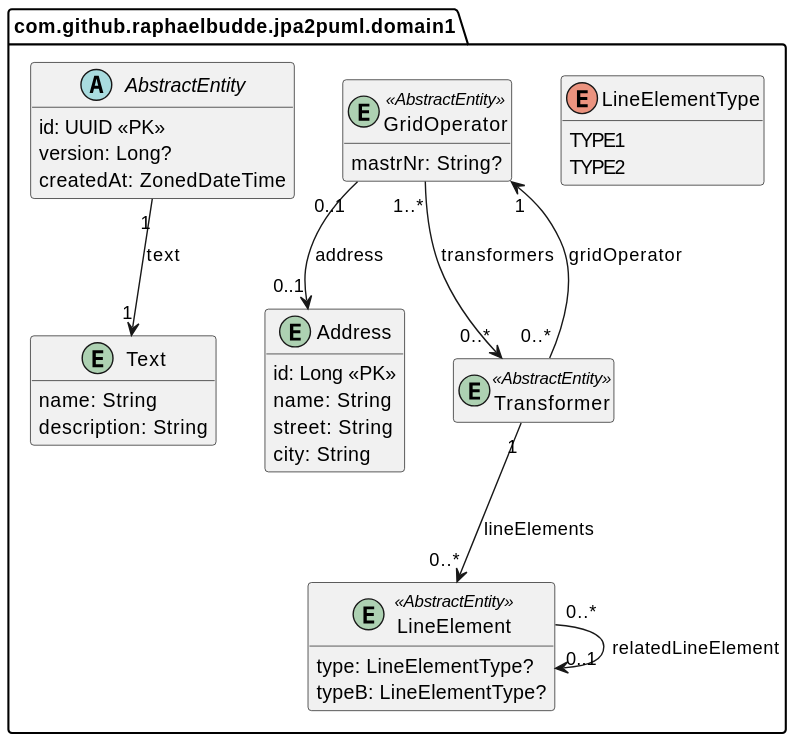
Before: images/domain1.svg, a diagram exported from PlantUML (raphaelbudde/jpa2puml). The source it was exported from:
```plantuml
@startuml

!pragma useIntermediatePackages false
hide methods
hide empty fields
skinparam groupInheritance 2

abstract com.github.raphaelbudde.jpa2puml.domain1.AbstractEntity {
  id: UUID <<PK>>
  version: Long?
  createdAt: ZonedDateTime
}

entity com.github.raphaelbudde.jpa2puml.domain1.Address {
  id: Long <<PK>>
  name: String
  street: String
  city: String
}

entity com.github.raphaelbudde.jpa2puml.domain1.GridOperator <<AbstractEntity>> {
  mastrNr: String?
}

entity com.github.raphaelbudde.jpa2puml.domain1.LineElement <<AbstractEntity>> {
  type: LineElementType?
  typeB: LineElementType?
}

entity com.github.raphaelbudde.jpa2puml.domain1.Text {
  name: String
  description: String
}

entity com.github.raphaelbudde.jpa2puml.domain1.Transformer <<AbstractEntity>> {

}

enum com.github.raphaelbudde.jpa2puml.domain1.LineElementType {
  TYPE1
  TYPE2
}

com.github.raphaelbudde.jpa2puml.domain1.AbstractEntity "1" --> "1" com.github.raphaelbudde.jpa2puml.domain1.Text : text
com.github.raphaelbudde.jpa2puml.domain1.GridOperator "0..1" --> "0..1" com.github.raphaelbudde.jpa2puml.domain1.Address : address
com.github.raphaelbudde.jpa2puml.domain1.GridOperator "1..*" --> "0..*" com.github.raphaelbudde.jpa2puml.domain1.Transformer : transformers
com.github.raphaelbudde.jpa2puml.domain1.LineElement "0..*" --> "0..1" com.github.raphaelbudde.jpa2puml.domain1.LineElement : relatedLineElement
com.github.raphaelbudde.jpa2puml.domain1.Transformer "0..*" --> "1" com.github.raphaelbudde.jpa2puml.domain1.GridOperator : gridOperator
com.github.raphaelbudde.jpa2puml.domain1.Transformer "1" --> "0..*" com.github.raphaelbudde.jpa2puml.domain1.LineElement : lineElements
@enduml
```
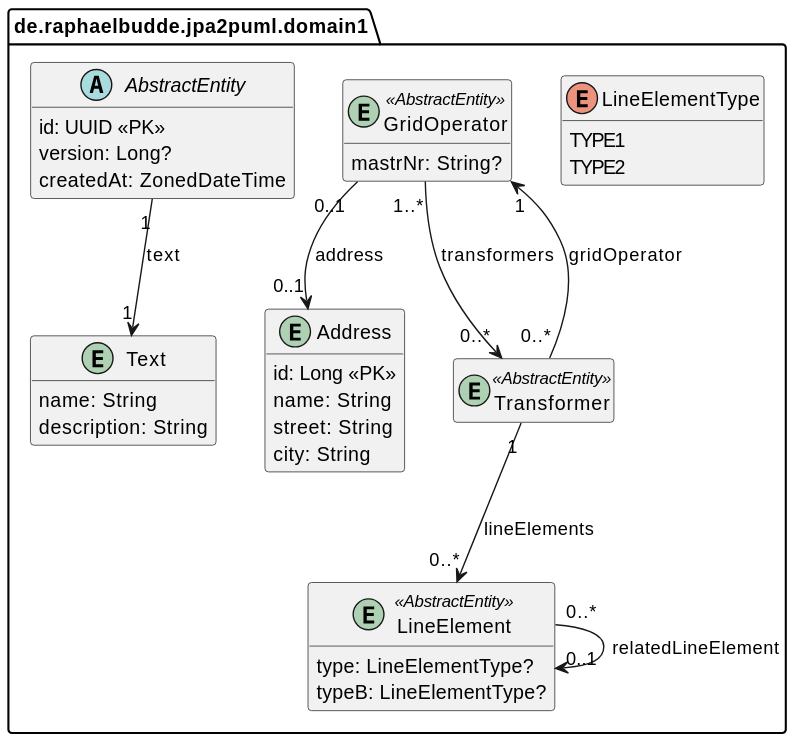
The same file after the commit.

What changed in the source:
```diff
@@ -5,46 +5,46 @@
 hide empty fields
 skinparam groupInheritance 2
 
-abstract com.github.raphaelbudde.jpa2puml.domain1.AbstractEntity {
+abstract de.raphaelbudde.jpa2puml.domain1.AbstractEntity {
   id: UUID <<PK>>
   version: Long?
   createdAt: ZonedDateTime
 }
 
-entity com.github.raphaelbudde.jpa2puml.domain1.Address {
+entity de.raphaelbudde.jpa2puml.domain1.Address {
   id: Long <<PK>>
   name: String
   street: String
   city: String
 }
 
-entity com.github.raphaelbudde.jpa2puml.domain1.GridOperator <<AbstractEntity>> {
+entity de.raphaelbudde.jpa2puml.domain1.GridOperator <<AbstractEntity>> {
   mastrNr: String?
 }
 
-entity com.github.raphaelbudde.jpa2puml.domain1.LineElement <<AbstractEntity>> {
+entity de.raphaelbudde.jpa2puml.domain1.LineElement <<AbstractEntity>> {
   type: LineElementType?
   typeB: LineElementType?
 }
 
-entity com.github.raphaelbudde.jpa2puml.domain1.Text {
+entity de.raphaelbudde.jpa2puml.domain1.Text {
   name: String
   description: String
 }
 
-entity com.github.raphaelbudde.jpa2puml.domain1.Transformer <<AbstractEntity>> {
+entity de.raphaelbudde.jpa2puml.domain1.Transformer <<AbstractEntity>> {
 
 }
 
-enum com.github.raphaelbudde.jpa2puml.domain1.LineElementType {
+enum de.raphaelbudde.jpa2puml.domain1.LineElementType {
   TYPE1
   TYPE2
 }
 
-com.github.raphaelbudde.jpa2puml.domain1.AbstractEntity "1" --> "1" com.github.raphaelbudde.jpa2puml.domain1.Text : text
-com.github.raphaelbudde.jpa2puml.domain1.GridOperator "0..1" --> "0..1" com.github.raphaelbudde.jpa2puml.domain1.Address : address
-com.github.raphaelbudde.jpa2puml.domain1.GridOperator "1..*" --> "0..*" com.github.raphaelbudde.jpa2puml.domain1.Transformer : transformers
-com.github.raphaelbudde.jpa2puml.domain1.LineElement "0..*" --> "0..1" com.github.raphaelbudde.jpa2puml.domain1.LineElement : relatedLineElement
-com.github.raphaelbudde.jpa2puml.domain1.Transformer "0..*" --> "1" com.github.raphaelbudde.jpa2puml.domain1.GridOperator : gridOperator
-com.github.raphaelbudde.jpa2puml.domain1.Transformer "1" --> "0..*" com.github.raphaelbudde.jpa2puml.domain1.LineElement : lineElements
+de.raphaelbudde.jpa2puml.domain1.AbstractEntity "1" --> "1" de.raphaelbudde.jpa2puml.domain1.Text : text
+de.raphaelbudde.jpa2puml.domain1.GridOperator "0..1" --> "0..1" de.raphaelbudde.jpa2puml.domain1.Address : address
+de.raphaelbudde.jpa2puml.domain1.GridOperator "1..*" --> "0..*" de.raphaelbudde.jpa2puml.domain1.Transformer : transformers
+de.raphaelbudde.jpa2puml.domain1.LineElement "0..*" --> "0..1" de.raphaelbudde.jpa2puml.domain1.LineElement : relatedLineElement
+de.raphaelbudde.jpa2puml.domain1.Transformer "0..*" --> "1" de.raphaelbudde.jpa2puml.domain1.GridOperator : gridOperator
+de.raphaelbudde.jpa2puml.domain1.Transformer "1" --> "0..*" de.raphaelbudde.jpa2puml.domain1.LineElement : lineElements
 @enduml
```
